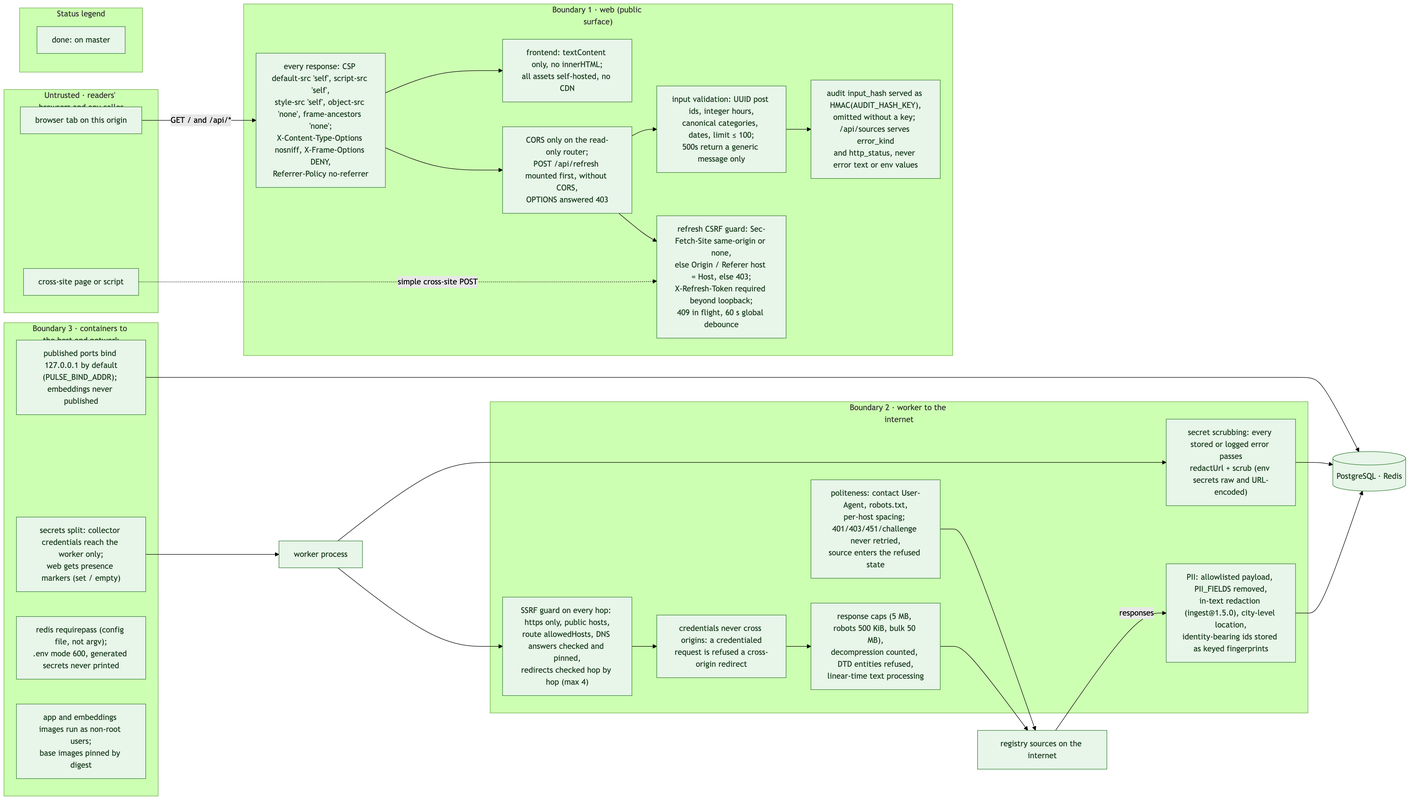
This is docs/diagrams/architecture/trust-boundaries.png from jennifer-mckinney/pulse-of-ai, a Mermaid export, as it was before one commit. Its source is kept beside it as docs/diagrams/architecture/trust-boundaries.mmd.
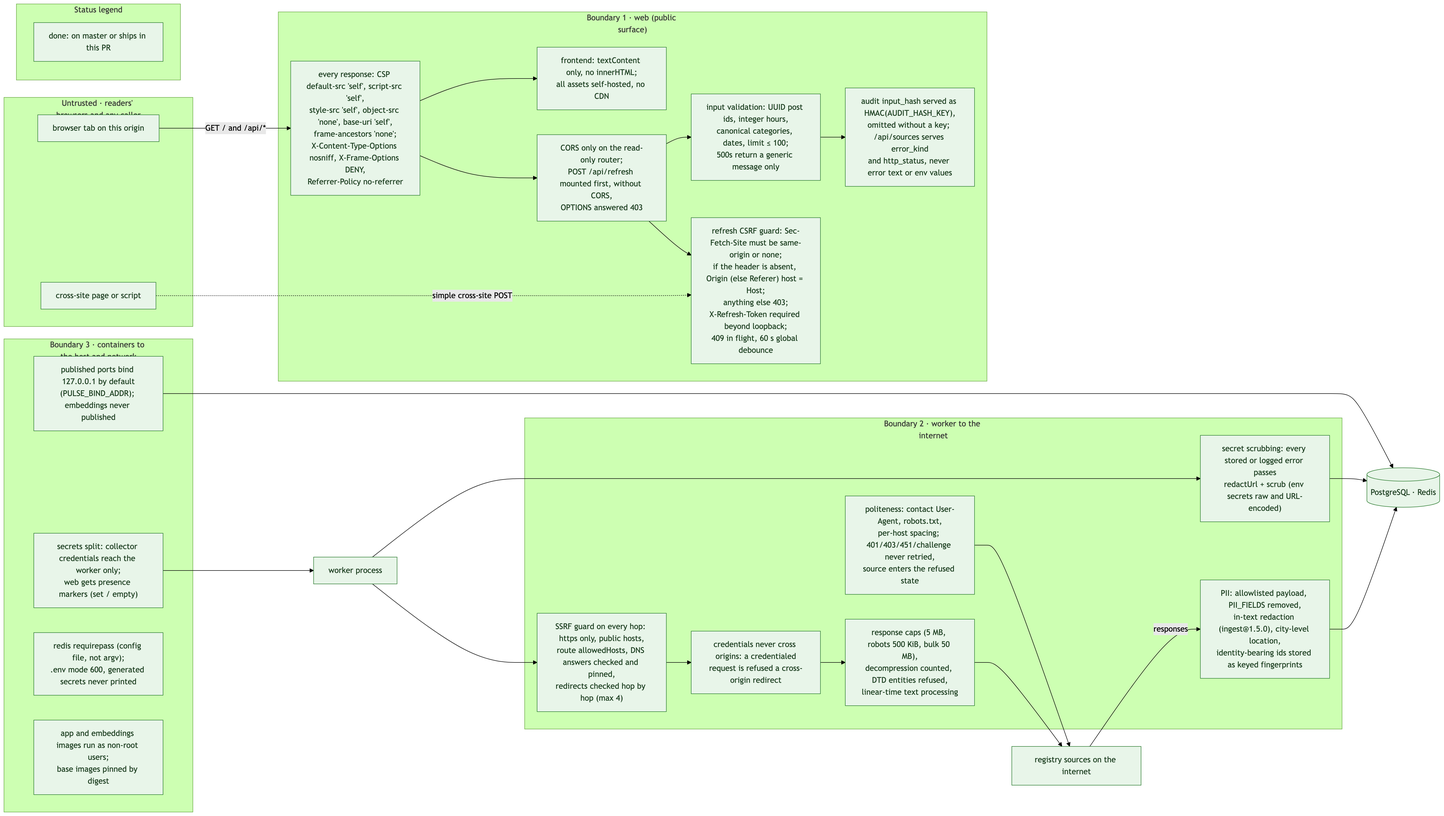
Above is the later version.

Change to the diagram source:
```diff
@@ -8,9 +8,9 @@
 
   subgraph WEBB["Boundary 1 · web (public surface)"]
     direction TB
-    C1["every response: CSP default-src 'self', script-src 'self',<br/>style-src 'self', object-src 'none', frame-ancestors 'none';<br/>X-Content-Type-Options nosniff, X-Frame-Options DENY,<br/>Referrer-Policy no-referrer"]:::done
+    C1["every response: CSP default-src 'self', script-src 'self',<br/>style-src 'self', object-src 'none', base-uri 'self',<br/>frame-ancestors 'none';<br/>X-Content-Type-Options nosniff, X-Frame-Options DENY,<br/>Referrer-Policy no-referrer"]:::done
     C2["CORS only on the read-only router;<br/>POST /api/refresh mounted first, without CORS,<br/>OPTIONS answered 403"]:::done
-    C3["refresh CSRF guard: Sec-Fetch-Site same-origin or none,<br/>else Origin / Referer host = Host, else 403;<br/>X-Refresh-Token required beyond loopback;<br/>409 in flight, 60 s global debounce"]:::done
+    C3["refresh CSRF guard: Sec-Fetch-Site must be same-origin or none;<br/>if the header is absent, Origin (else Referer) host = Host;<br/>anything else 403;<br/>X-Refresh-Token required beyond loopback;<br/>409 in flight, 60 s global debounce"]:::done
     C4["input validation: UUID post ids, integer hours,<br/>canonical categories, dates, limit ≤ 100;<br/>500s return a generic message only"]:::done
     C5["audit input_hash served as HMAC(AUDIT_HASH_KEY),<br/>omitted without a key; /api/sources serves error_kind<br/>and http_status, never error text or env values"]:::done
     C6["frontend: textContent only, no innerHTML;<br/>all assets self-hosted, no CDN"]:::done
@@ -39,7 +39,7 @@
   DB[("PostgreSQL · Redis")]:::done
 
   subgraph LEGEND["Status legend"]
-    L1["done: on master"]:::done
+    L1["done: on master or ships in this PR"]:::done
   end
 
   U1 -- "GET / and /api/*" --> C1
```
